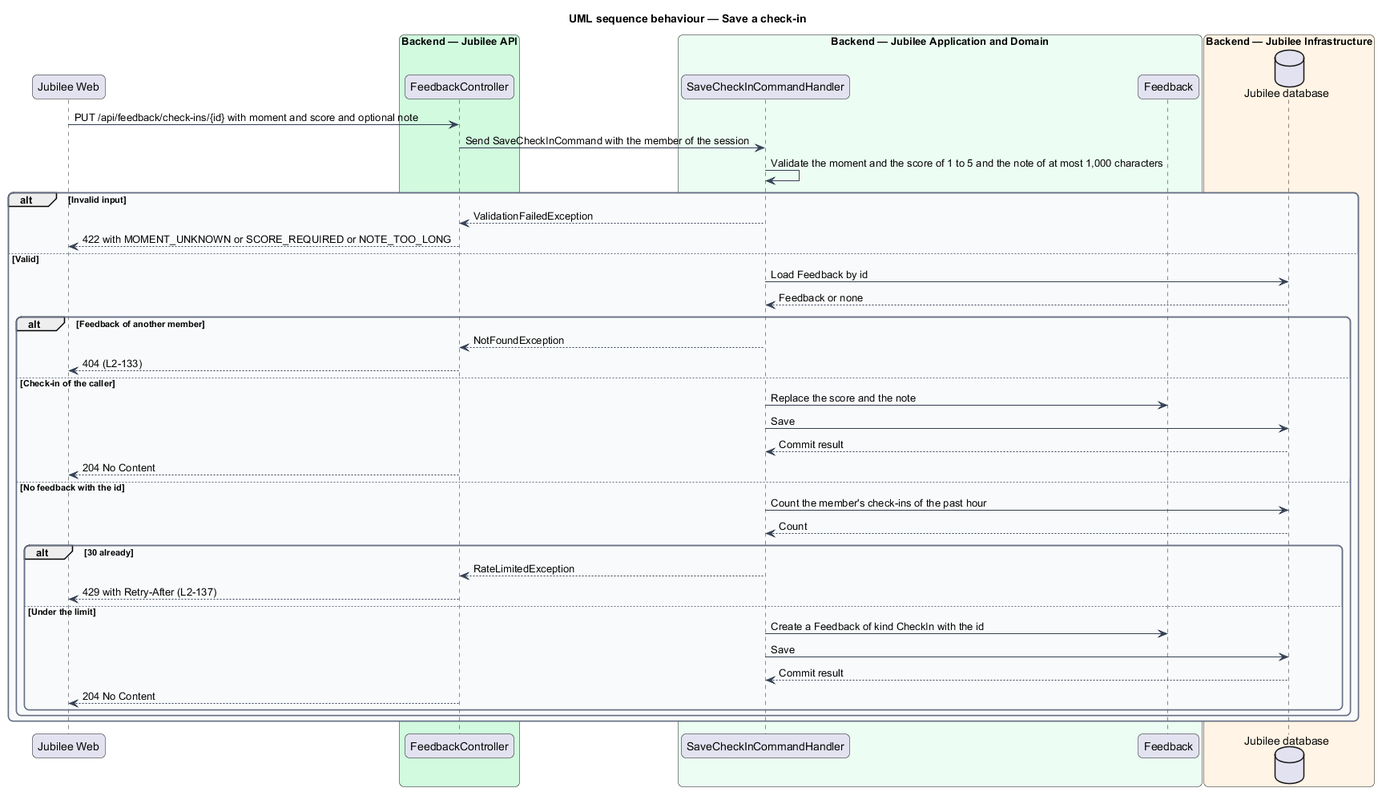
The PlantUML diagram docs/detailed-designs/feedback/receive-and-store-feedback/diagrams/sequence-save-check-in.png in QuinntyneBrown/jubilee, before a commit.
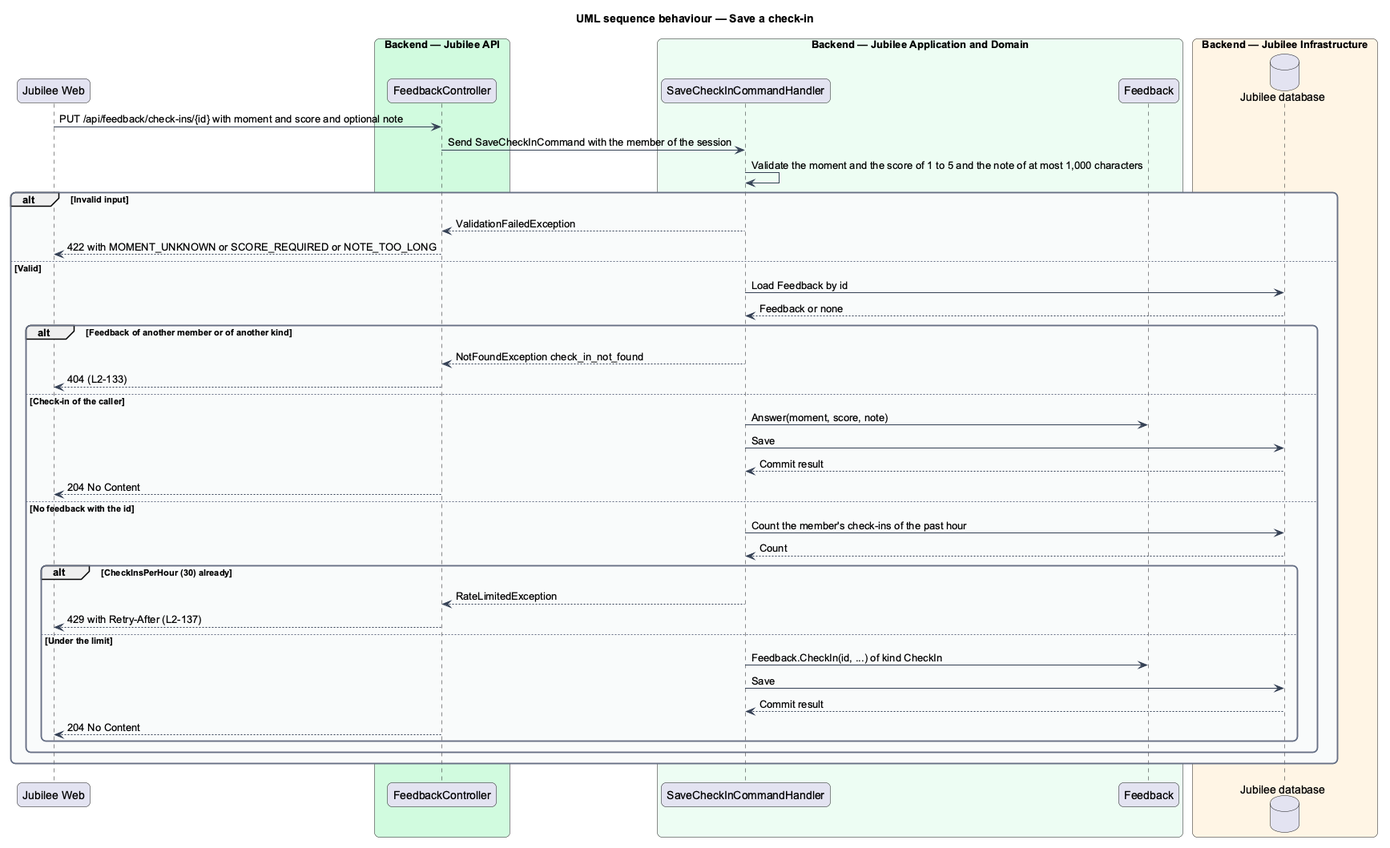
After the commit.

Diff of the diagram source:
```diff
@@ -34,22 +34,22 @@
 else Valid
   handler -> db : Load Feedback by id
   db --> handler : Feedback or none
-  alt Feedback of another member
-    handler --> controller : NotFoundException
+  alt Feedback of another member or of another kind
+    handler --> controller : NotFoundException check_in_not_found
     controller --> web : 404 (L2-133)
   else Check-in of the caller
-    handler -> entity : Replace the score and the note
+    handler -> entity : Answer(moment, score, note)
     handler -> db : Save
     db --> handler : Commit result
     controller --> web : 204 No Content
   else No feedback with the id
     handler -> db : Count the member's check-ins of the past hour
     db --> handler : Count
-    alt 30 already
+    alt CheckInsPerHour (30) already
       handler --> controller : RateLimitedException
       controller --> web : 429 with Retry-After (L2-137)
     else Under the limit
-      handler -> entity : Create a Feedback of kind CheckIn with the id
+      handler -> entity : Feedback.CheckIn(id, ...) of kind CheckIn
       handler -> db : Save
       db --> handler : Commit result
       controller --> web : 204 No Content
```
